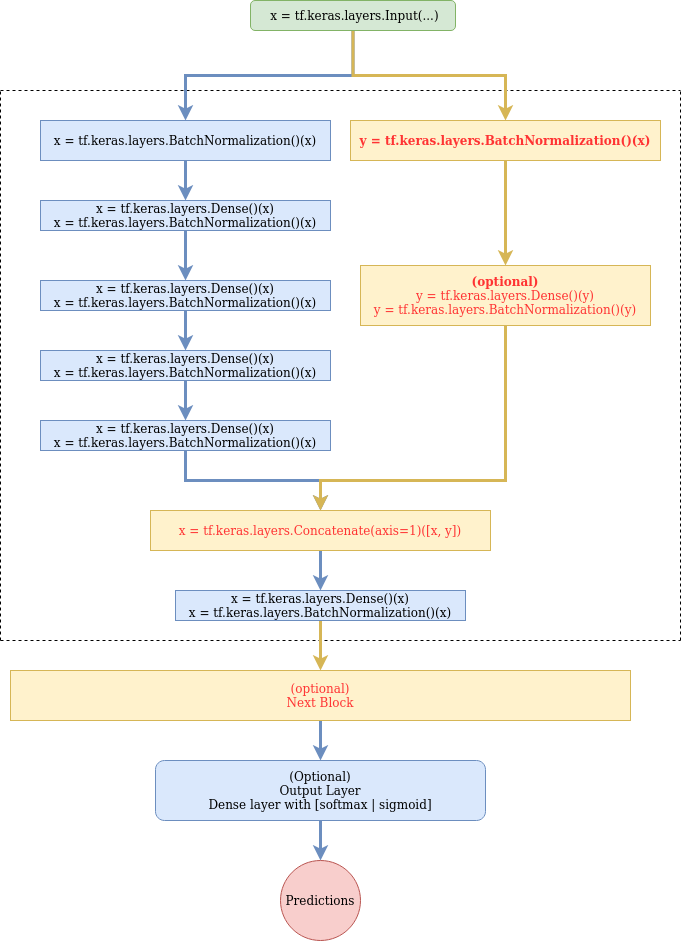
The draw.io diagram assets/residual_mlp_summary.drawio.png in david-thrower/residual_MLP_Tests, before a commit. Source tidied: cells renumbered, new cells last; positions are measured from the earlier drawing's top-left corner, leaving out a move shared by most shapes.
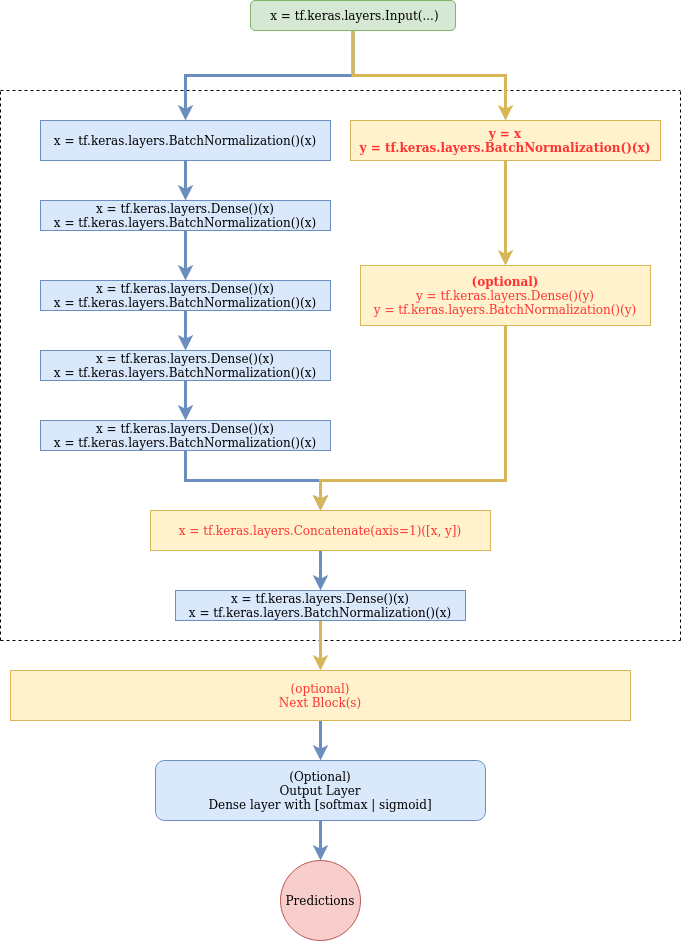
Later version of the same file.

Change to the diagram source:
```diff
@@ -70,7 +70,7 @@
     <mxCell id="19" style="edgeStyle=orthogonalEdgeStyle;rounded=0;jettySize=auto;html=1;fillColor=#fff2cc;strokeColor=#d6b656;strokeWidth=3;" parent="1" edge="1" source="20" target="26">
       <mxGeometry relative="1" as="geometry" />
     </mxCell>
-    <mxCell id="20" value="&lt;font color=&quot;#FF3333&quot;&gt;&lt;b&gt;y = tf.keras.layers.BatchNormalization()(x)&lt;/b&gt;&lt;/font&gt;" style="rounded=0;whiteSpace=wrap;html=1;fillColor=#fff2cc;strokeColor=#d6b656;" parent="1" vertex="1">
+    <mxCell id="20" value="&lt;font color=&quot;#FF3333&quot;&gt;&lt;b&gt;y = x&lt;/b&gt;&lt;/font&gt;&lt;br&gt;&lt;div&gt;&lt;font color=&quot;#FF3333&quot;&gt;&lt;b&gt;y = tf.keras.layers.BatchNormalization()(x)&lt;/b&gt;&lt;/font&gt;&lt;/div&gt;" style="rounded=0;whiteSpace=wrap;html=1;fillColor=#fff2cc;strokeColor=#d6b656;" parent="1" vertex="1">
       <mxGeometry x="350" y="120" width="310" height="40" as="geometry" />
     </mxCell>
     <mxCell id="21" style="edgeStyle=orthogonalEdgeStyle;rounded=0;jettySize=auto;html=1;entryX=0.5;entryY=0;entryDx=0;entryDy=0;fillColor=#dae8fc;strokeColor=#6c8ebf;strokeWidth=3;" parent="1" edge="1" source="22" target="28">
@@ -82,7 +82,7 @@
     <mxCell id="23" style="edgeStyle=orthogonalEdgeStyle;rounded=0;jettySize=auto;html=1;fillColor=#dae8fc;strokeColor=#6c8ebf;strokeWidth=3;" parent="1" edge="1" source="24" target="30">
       <mxGeometry relative="1" as="geometry" />
     </mxCell>
-    <mxCell id="24" value="&lt;div&gt;&lt;font color=&quot;#FF3333&quot;&gt;(optional)&lt;br&gt;&lt;/font&gt;&lt;/div&gt;&lt;div&gt;&lt;font color=&quot;#FF3333&quot;&gt;Next Block &lt;br&gt;&lt;/font&gt;&lt;/div&gt;" style="rounded=0;whiteSpace=wrap;html=1;fillColor=#fff2cc;strokeColor=#d6b656;" parent="1" vertex="1">
+    <mxCell id="24" value="&lt;div&gt;&lt;font color=&quot;#FF3333&quot;&gt;(optional)&lt;br&gt;&lt;/font&gt;&lt;/div&gt;&lt;div&gt;&lt;font color=&quot;#FF3333&quot;&gt;Next Block(s)&lt;br&gt;&lt;/font&gt;&lt;/div&gt;" style="rounded=0;whiteSpace=wrap;html=1;fillColor=#fff2cc;strokeColor=#d6b656;" parent="1" vertex="1">
       <mxGeometry x="10" y="670" width="620" height="50" as="geometry" />
     </mxCell>
     <mxCell id="25" style="edgeStyle=orthogonalEdgeStyle;rounded=0;jettySize=auto;html=1;entryX=0.5;entryY=0;entryDx=0;entryDy=0;fontColor=#FF3333;strokeWidth=3;fillColor=#fff2cc;strokeColor=#d6b656;" parent="1" edge="1" source="26" target="22">
```
